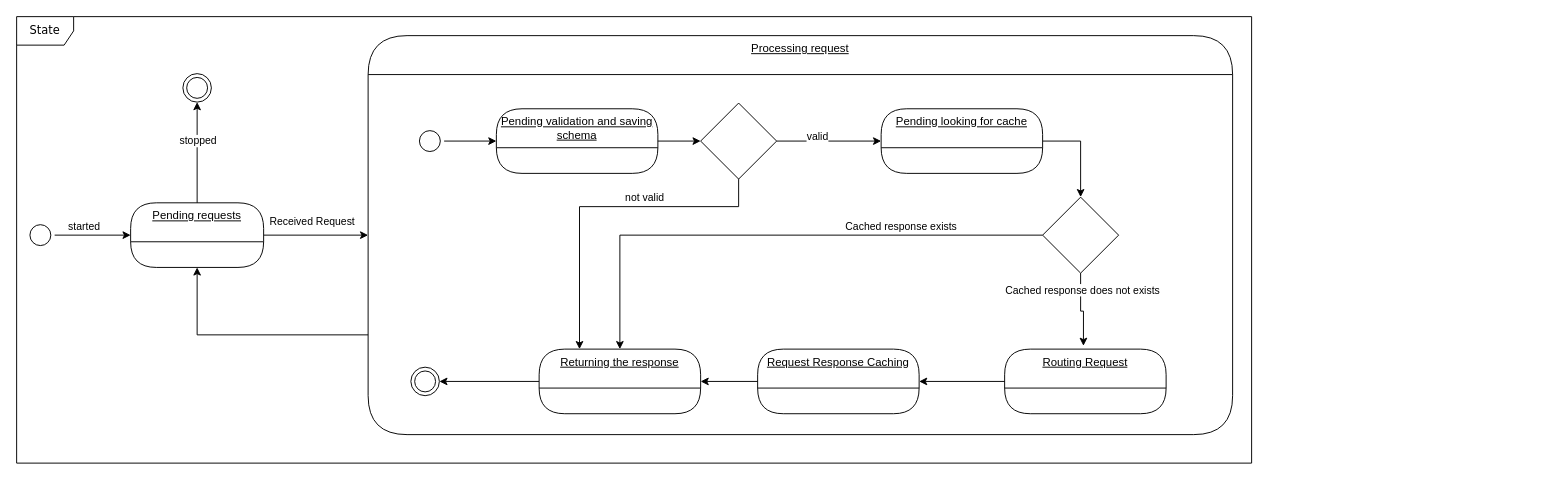
laym0n/vr keeps this draw.io diagram as state.drawio. Above is the earlier version. Source tidied: cells renumbered, new cells numbered last; positions are measured from the earlier drawing's top-left corner, leaving out a move shared by most shapes. Both pictures are drawn from the tidied source at 95%, with x=0, y=0 at pixel (16, 16).
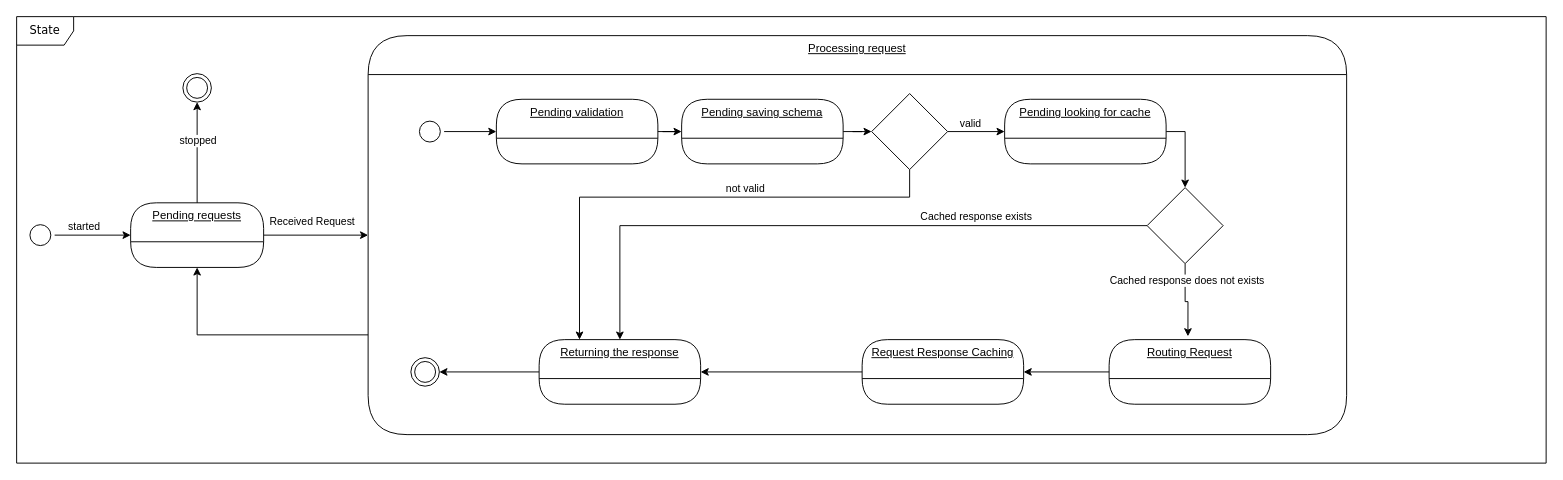
After the change.

The edit, as a diff of the source:
```diff
@@
     <mxCell id="5" value="State" style="shape=umlFrame;whiteSpace=wrap;html=1;rounded=1;shadow=0;comic=0;labelBackgroundColor=none;strokeWidth=1;fontFamily=Verdana;fontSize=12;align=center;" parent="1" vertex="1">
-      <mxGeometry width="1300" height="470" as="geometry" />
+      <mxGeometry width="1610" height="470" as="geometry" />
     </mxCell>
@@
     <mxCell id="12" value="Processing request" style="swimlane;fontStyle=4;align=center;verticalAlign=top;horizontal=1;startSize=41;html=1;rounded=1;absoluteArcSize=1;arcSize=140;whiteSpace=wrap;" parent="1" vertex="1">
-      <mxGeometry x="370" y="20" width="910" height="420" as="geometry" />
+      <mxGeometry x="370" y="20" width="1030" height="420" as="geometry" />
     </mxCell>
@@
-    <mxCell id="14" value="Pending validation and saving schema" style="swimlane;fontStyle=4;align=center;verticalAlign=top;horizontal=1;startSize=41;html=1;rounded=1;absoluteArcSize=1;arcSize=170;whiteSpace=wrap;" parent="1" vertex="1">
-      <mxGeometry x="505" y="97" width="170" height="68" as="geometry" />
+    <mxCell id="14" value="Pending validation" style="swimlane;fontStyle=4;align=center;verticalAlign=top;horizontal=1;startSize=41;html=1;rounded=1;absoluteArcSize=1;arcSize=162;whiteSpace=wrap;" parent="1" vertex="1">
+      <mxGeometry x="505" y="87" width="170" height="68" as="geometry" />
     </mxCell>
@@
     <mxCell id="16" style="ellipse;html=1;shape=startState;rounded=1;shadow=0;comic=0;labelBackgroundColor=none;fontFamily=Verdana;fontSize=12;align=center;direction=south;" parent="1" vertex="1">
-      <mxGeometry x="420" y="116" width="30" height="30" as="geometry" />
+      <mxGeometry x="420" y="106" width="30" height="30" as="geometry" />
     </mxCell>
     <mxCell id="17" style="ellipse;html=1;shape=endState;rounded=1;shadow=0;comic=0;labelBackgroundColor=none;fontFamily=Verdana;fontSize=12;align=center;" parent="1" vertex="1">
-      <mxGeometry x="415" y="369" width="30" height="30" as="geometry" />
+      <mxGeometry x="415" y="359" width="30" height="30" as="geometry" />
     </mxCell>
@@
     <mxCell id="20" value="Routing Request" style="swimlane;fontStyle=4;align=center;verticalAlign=top;horizontal=1;startSize=41;html=1;rounded=1;absoluteArcSize=1;arcSize=140;whiteSpace=wrap;" parent="1" vertex="1">
-      <mxGeometry x="1040" y="350" width="170" height="68" as="geometry" />
+      <mxGeometry x="1150" y="340" width="170" height="68" as="geometry" />
     </mxCell>
@@
     <mxCell id="22" value="Request Response Caching" style="swimlane;fontStyle=4;align=center;verticalAlign=top;horizontal=1;startSize=41;html=1;rounded=1;absoluteArcSize=1;arcSize=140;whiteSpace=wrap;" parent="1" vertex="1">
-      <mxGeometry x="780" y="350" width="170" height="68" as="geometry" />
+      <mxGeometry x="890" y="340" width="170" height="68" as="geometry" />
     </mxCell>
@@
     <mxCell id="26" style="rhombus;whiteSpace=wrap;html=1;" parent="1" vertex="1">
-      <mxGeometry x="1080" y="190" width="80" height="80" as="geometry" />
+      <mxGeometry x="1190" y="180" width="80" height="80" as="geometry" />
     </mxCell>
-    <mxCell id="27" style="edgeStyle=orthogonalEdgeStyle;rounded=0;jettySize=auto;html=1;entryX=0;entryY=0.5;entryDx=0;entryDy=0;" parent="1" edge="1" source="35" target="29">
+    <mxCell id="27" style="edgeStyle=orthogonalEdgeStyle;rounded=0;jettySize=auto;html=1;entryX=0;entryY=0.5;entryDx=0;entryDy=0;exitX=1;exitY=0.5;exitDx=0;exitDy=0;" parent="1" edge="1" source="35" target="29">
       <mxGeometry relative="1" as="geometry" />
     </mxCell>
     <mxCell id="28" value="valid" style="edgeLabel;html=1;align=center;verticalAlign=middle;" parent="27" vertex="1">
       <mxGeometry x="-0.23" y="2" relative="1" as="geometry">
-        <mxPoint y="-4" as="offset" />
+        <mxPoint y="-7" as="offset" />
       </mxGeometry>
     </mxCell>
     <mxCell id="29" value="Pending looking for cache" style="swimlane;fontStyle=4;align=center;verticalAlign=top;horizontal=1;startSize=41;html=1;rounded=1;absoluteArcSize=1;arcSize=144;whiteSpace=wrap;" parent="1" vertex="1">
-      <mxGeometry x="910" y="97" width="170" height="68" as="geometry" />
+      <mxGeometry x="1040" y="87" width="170" height="68" as="geometry" />
     </mxCell>
@@
     <mxCell id="31" value="Returning the response" style="swimlane;fontStyle=4;align=center;verticalAlign=top;horizontal=1;startSize=41;html=1;rounded=1;absoluteArcSize=1;arcSize=140;whiteSpace=wrap;" parent="1" vertex="1">
-      <mxGeometry x="550" y="350" width="170" height="68" as="geometry" />
+      <mxGeometry x="550" y="340" width="170" height="68" as="geometry" />
     </mxCell>
-    <mxCell id="32" style="edgeStyle=orthogonalEdgeStyle;rounded=0;jettySize=auto;html=1;entryX=0;entryY=0.5;entryDx=0;entryDy=0;" parent="1" edge="1" source="14" target="35">
+    <mxCell id="32" style="edgeStyle=orthogonalEdgeStyle;rounded=0;jettySize=auto;html=1;entryX=0;entryY=0.5;entryDx=0;entryDy=0;" parent="1" edge="1" source="38" target="35">
       <mxGeometry relative="1" as="geometry" />
     </mxCell>
     <mxCell id="33" style="edgeStyle=orthogonalEdgeStyle;rounded=0;jettySize=auto;html=1;entryX=0.25;entryY=0;entryDx=0;entryDy=0;" parent="1" edge="1" source="35" target="31">
       <mxGeometry relative="1" as="geometry">
         <Array as="points">
-          <mxPoint x="760" y="200" />
-          <mxPoint x="592" y="200" />
+          <mxPoint x="940" y="190" />
+          <mxPoint x="592" y="190" />
         </Array>
       </mxGeometry>
     </mxCell>
@@
     <mxCell id="35" style="rhombus;whiteSpace=wrap;html=1;" parent="1" vertex="1">
-      <mxGeometry x="720" y="91" width="80" height="80" as="geometry" />
+      <mxGeometry x="900" y="81" width="80" height="80" as="geometry" />
     </mxCell>
@@
+    <mxCell id="37" style="edgeStyle=orthogonalEdgeStyle;rounded=0;jettySize=auto;html=1;entryX=0;entryY=0.5;entryDx=0;entryDy=0;" parent="1" edge="1" source="14" target="38">
+      <mxGeometry relative="1" as="geometry" />
+    </mxCell>
+    <mxCell id="38" value="Pending saving schema" style="swimlane;fontStyle=4;align=center;verticalAlign=top;horizontal=1;startSize=41;html=1;rounded=1;absoluteArcSize=1;arcSize=170;whiteSpace=wrap;" parent="1" vertex="1">
+      <mxGeometry x="700" y="87" width="170" height="68" as="geometry" />
+    </mxCell>
```
